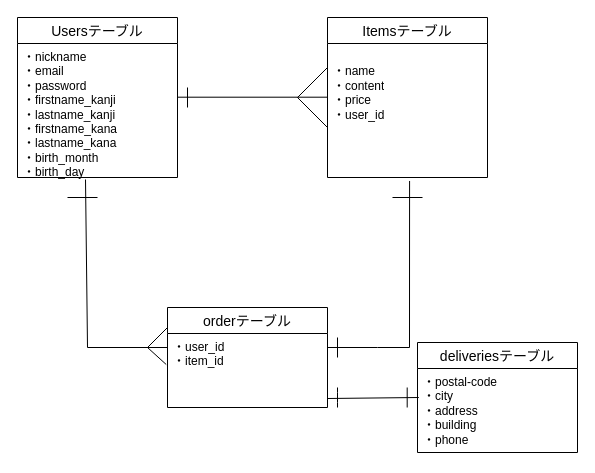
This is ER.dio from yuyarooneytrigger13/furima-46826, a draw.io file, before an edit. Source tidied: cells renumbered, new cells numbered last; positions are measured from the earlier drawing's top-left corner, leaving out a move shared by most shapes. Both pictures are drawn from the tidied source at 100%, with x=0, y=0 at pixel (17, 17).
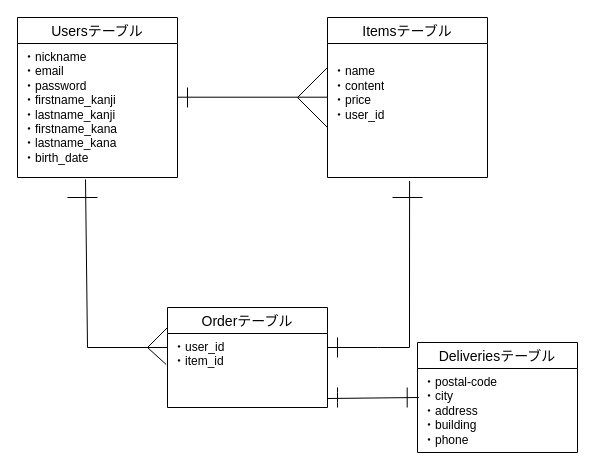
The same diagram, later.

Commit message (it also covers changes not shown here):
データベース修正

Unchanged cells that the change refers to:
```xml
<mxCell id="4" value="Usersテーブル" style="swimlane;fontStyle=0;horizontal=1;startSize=26;align=center;fontSize=14;" parent="1" vertex="1">
  <mxGeometry width="160" height="160" as="geometry" />
</mxCell>
```

Diff of the diagram source:
```diff
@@
-    <mxCell id="5" value="・nickname&lt;div&gt;・email&lt;/div&gt;&lt;div&gt;・password&lt;/div&gt;&lt;div&gt;・firstname_kanji&lt;/div&gt;&lt;div&gt;・lastname_kanji&lt;/div&gt;&lt;div&gt;・firstname_kana&lt;/div&gt;&lt;div&gt;・lastname_kana&lt;/div&gt;&lt;div&gt;・birth_month&lt;/div&gt;&lt;div&gt;・birth_day&lt;/div&gt;&lt;div&gt;&lt;br&gt;&lt;/div&gt;" style="text;strokeColor=none;fillColor=none;spacingLeft=4;spacingRight=4;overflow=hidden;fontSize=12;whiteSpace=wrap;html=1;" parent="4" vertex="1">
+    <mxCell id="5" value="・nickname&lt;div&gt;・email&lt;/div&gt;&lt;div&gt;・password&lt;/div&gt;&lt;div&gt;・firstname_kanji&lt;/div&gt;&lt;div&gt;・lastname_kanji&lt;/div&gt;&lt;div&gt;・firstname_kana&lt;/div&gt;&lt;div&gt;・lastname_kana&lt;/div&gt;&lt;div&gt;・birth_date&lt;/div&gt;&lt;div&gt;&lt;br&gt;&lt;/div&gt;" style="text;strokeColor=none;fillColor=none;spacingLeft=4;spacingRight=4;overflow=hidden;fontSize=12;whiteSpace=wrap;html=1;" parent="4" vertex="1">
       <mxGeometry y="26" width="160" height="134" as="geometry" />
     </mxCell>
-    <mxCell id="6" value="deliveriesテーブル" style="swimlane;fontStyle=0;horizontal=1;startSize=26;align=center;fontSize=14;" parent="1" vertex="1">
+    <mxCell id="6" value="Deliveriesテーブル" style="swimlane;fontStyle=0;horizontal=1;startSize=26;align=center;fontSize=14;" parent="1" vertex="1">
       <mxGeometry x="400" y="325" width="160" height="110" as="geometry" />
     </mxCell>
@@
-    <mxCell id="18" value="orderテーブル" style="swimlane;fontStyle=0;horizontal=1;startSize=26;align=center;fontSize=14;" parent="1" vertex="1">
+    <mxCell id="18" value="Orderテーブル" style="swimlane;fontStyle=0;horizontal=1;startSize=26;align=center;fontSize=14;" parent="1" vertex="1">
       <mxGeometry x="150" y="290" width="160" height="100" as="geometry" />
     </mxCell>
```
